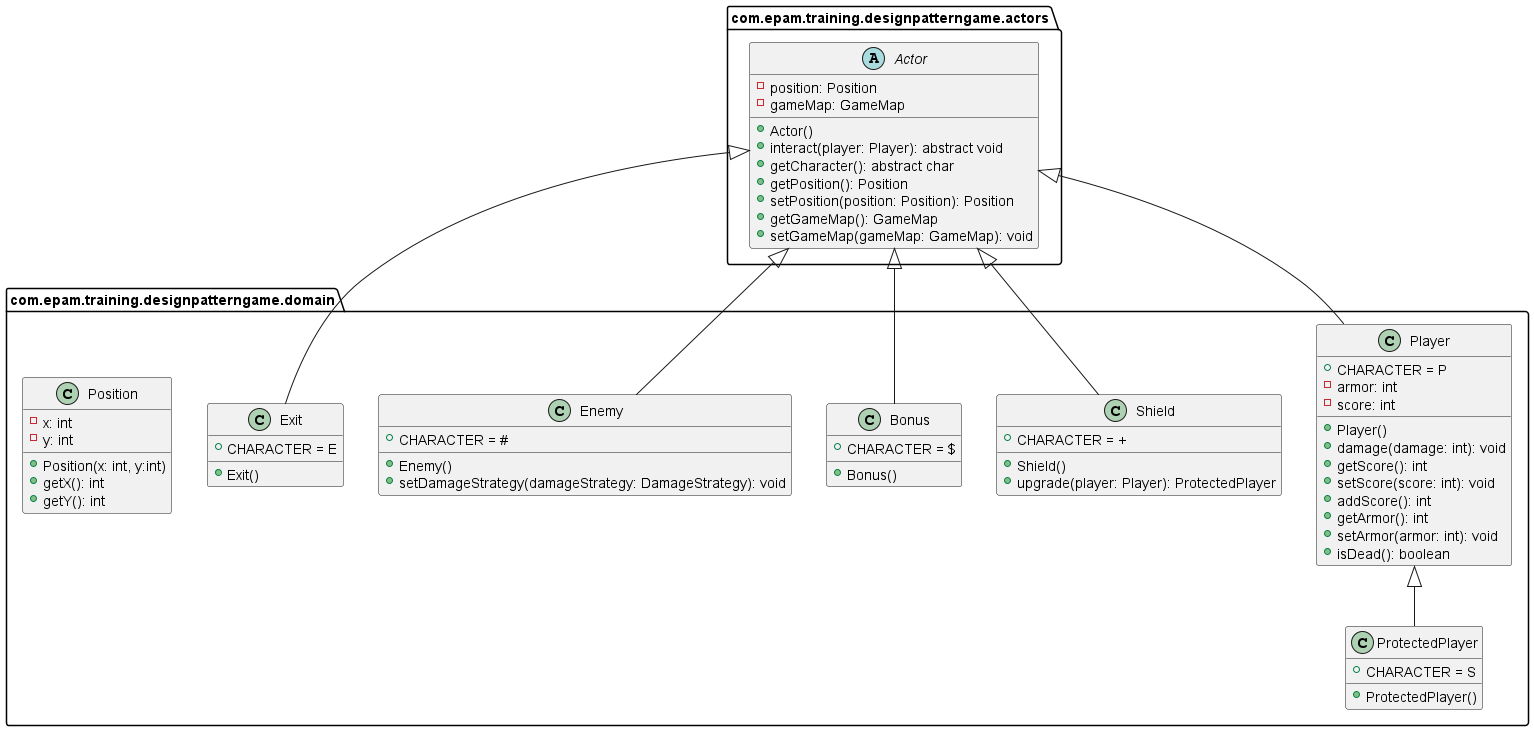
Above: design-patterns-board-game/Game Diagram Domain.png in epam-mep-java/exercise-specification-images (PlantUML), before the change. The source it was exported from:
```plantuml
@startuml

package com.epam.training.designpatterngame.actors{

abstract Actor{
- position: Position
- gameMap: GameMap
+ Actor()
+ interact(player: Player): abstract void
+ getCharacter(): abstract char
+ getPosition(): Position
+ setPosition(position: Position): Position
+ getGameMap(): GameMap
+ setGameMap(gameMap: GameMap): void
}

}

package com.epam.training.designpatterngame.domain{

class Player{
+ CHARACTER = P
- armor: int
- score: int
+ Player()
+ damage(damage: int): void
+ getScore(): int
+ setScore(score: int): void
+ addScore(): int
+ getArmor(): int
+ setArmor(armor: int): void
+ isDead(): boolean
}

Actor <|-- Player

class ProtectedPlayer{
+ CHARACTER = S
+ProtectedPlayer()
}

Player <|-- ProtectedPlayer

class Shield{
+ CHARACTER = +
+ Shield()
+ upgrade(player: Player): ProtectedPlayer
}

Actor <|-- Shield

class Bonus{
+ CHARACTER = $
+ Bonus()
}

Actor <|-- Bonus

class Enemy{
+ CHARACTER = #
+ Enemy()
+ setDamageStrategy(damageStrategy: DamageStrategy): void
}

Actor <|-- Enemy

class Exit{
+ CHARACTER = E
+ Exit()
}

Actor <|-- Exit

class Position{
- x: int
- y: int
+ Position(x: int, y:int)
+ getX(): int
+ getY(): int
}
}

@enduml
```
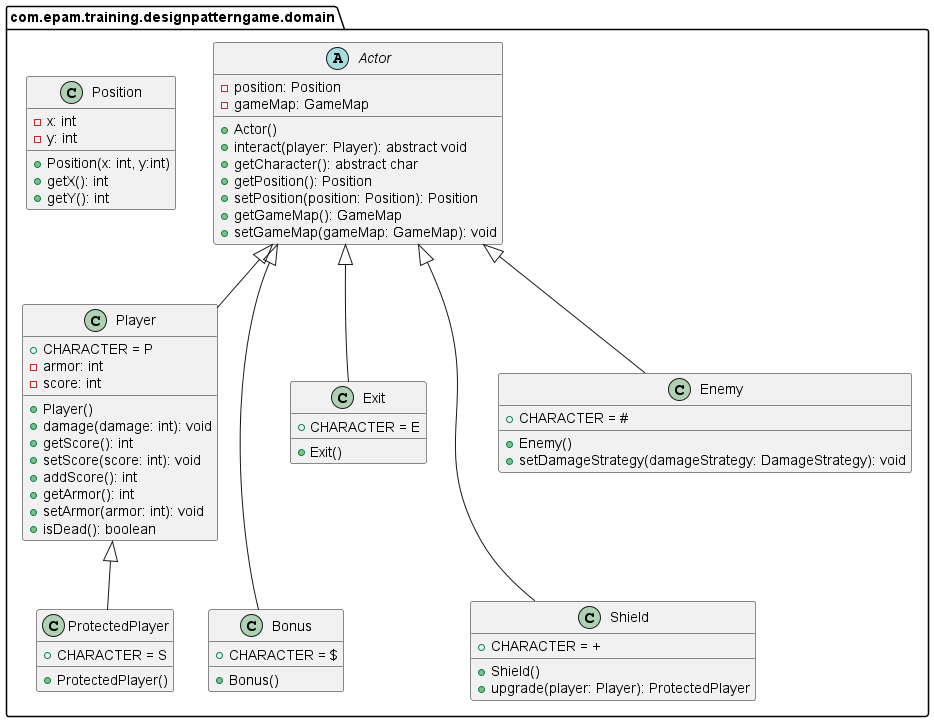
After the commit.

Commit message:
Design Pattern Game Domain image update

Change to the diagram source:
```diff
@@ -1,6 +1,5 @@
 @startuml
-
-package com.epam.training.designpatterngame.actors{
+package com.epam.training.designpatterngame.domain{
 
 abstract Actor{
 - position: Position
@@ -13,10 +12,6 @@
 + getGameMap(): GameMap
 + setGameMap(gameMap: GameMap): void
 }
-
-}
-
-package com.epam.training.designpatterngame.domain{
 
 class Player{
 + CHARACTER = P
@@ -80,4 +75,9 @@
 }
 }
 
+Bonus -left[hidden]-> Actor
+Exit -right[hidden]-> Actor
+Exit -left[hidden]-> Player
+Exit -down[hidden]-> Bonus
+Enemy -[hidden]down-> Shield
 @enduml
```
